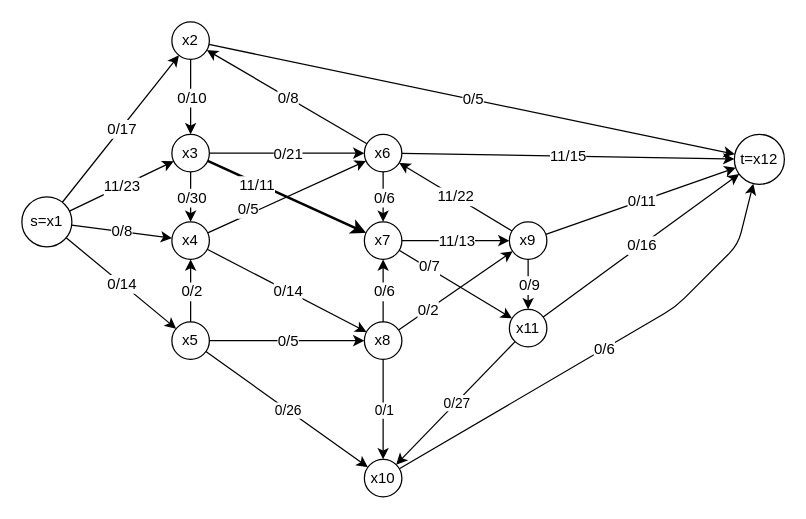
This is дискретка/work graph.drawio from Trickster2038/BmstuLabs4, a draw.io file, before an edit. Source tidied: cells renumbered, new cells numbered last; positions are measured from the earlier drawing's top-left corner, leaving out a move shared by most shapes. Both pictures are drawn from the tidied source at 125%, with x=0, y=0 at pixel (21, 21).
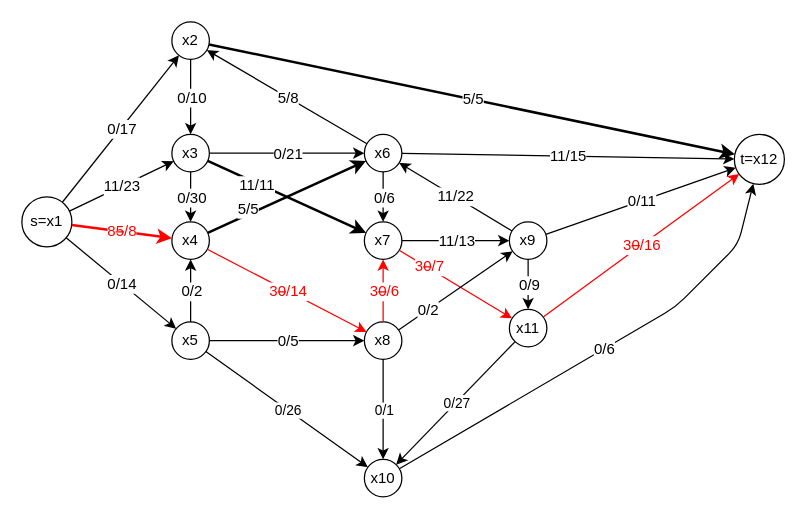
The same diagram, later.

The change refers to these unchanged cells:
```xml
<mxCell id="2" value="s=x1" style="ellipse;whiteSpace=wrap;html=1;fontSize=12;" parent="1" vertex="1">
  <mxGeometry y="140" width="40" height="40" as="geometry" />
</mxCell>
<mxCell id="3" value="x2" style="ellipse;whiteSpace=wrap;html=1;fontSize=12;" parent="1" vertex="1">
  <mxGeometry x="120" width="30" height="30" as="geometry" />
</mxCell>
<mxCell id="5" value="x4" style="ellipse;whiteSpace=wrap;html=1;fontSize=12;" parent="1" vertex="1">
  <mxGeometry x="120" y="160" width="30" height="30" as="geometry" />
</mxCell>
<mxCell id="17" value="t=x12" style="ellipse;whiteSpace=wrap;html=1;fontSize=12;" parent="1" vertex="1">
  <mxGeometry x="570" y="90" width="40" height="40" as="geometry" />
</mxCell>
<mxCell id="22" value="x6" style="ellipse;whiteSpace=wrap;html=1;fontSize=12;" parent="1" vertex="1">
  <mxGeometry x="274" y="90" width="30" height="30" as="geometry" />
</mxCell>
<mxCell id="25" value="x7" style="ellipse;whiteSpace=wrap;html=1;fontSize=12;" parent="1" vertex="1">
  <mxGeometry x="274" y="160" width="30" height="30" as="geometry" />
</mxCell>
<mxCell id="30" value="x8" style="ellipse;whiteSpace=wrap;html=1;" parent="1" vertex="1">
  <mxGeometry x="274" y="240" width="30" height="30" as="geometry" />
</mxCell>
<mxCell id="49" value="x11" style="ellipse;whiteSpace=wrap;html=1;fontSize=12;" parent="1" vertex="1">
  <mxGeometry x="390" y="230" width="30" height="30" as="geometry" />
</mxCell>
```

The edit, as a diff of the source:
```diff
@@
-    <mxCell id="11" style="endArrow=classic;html=1;fontSize=12;" parent="1" edge="1" source="2" target="5">
+    <mxCell id="11" style="endArrow=classic;html=1;fontSize=12;strokeColor=#FF0000;strokeWidth=2;" parent="1" edge="1" source="2" target="5">
       <mxGeometry relative="1" as="geometry" />
     </mxCell>
-    <mxCell id="12" value="0/8" style="edgeLabel;html=1;align=center;verticalAlign=middle;fontSize=12;" parent="11" vertex="1">
+    <mxCell id="12" value="8&lt;strike&gt;5&lt;/strike&gt;/8" style="edgeLabel;html=1;align=center;verticalAlign=middle;fontSize=12;fontColor=#FF0000;" parent="11" vertex="1">
       <mxGeometry relative="1" as="geometry" />
     </mxCell>
@@
-    <mxCell id="18" style="endArrow=classic;html=1;fontSize=12;" parent="1" edge="1" source="3" target="17">
+    <mxCell id="18" style="endArrow=classic;html=1;fontSize=12;strokeWidth=2;" parent="1" edge="1" source="3" target="17">
       <mxGeometry relative="1" as="geometry" />
     </mxCell>
-    <mxCell id="19" value="0/5" style="edgeLabel;html=1;align=center;verticalAlign=middle;fontSize=12;" parent="18" vertex="1">
+    <mxCell id="19" value="&lt;font color=&quot;#000000&quot;&gt;5/5&lt;/font&gt;" style="edgeLabel;html=1;align=center;verticalAlign=middle;fontSize=12;fontColor=#FF0000;" parent="18" vertex="1">
       <mxGeometry relative="1" as="geometry" />
     </mxCell>
@@
-    <mxCell id="28" style="endArrow=classic;html=1;strokeColor=#000000;fontSize=12;" parent="1" edge="1" source="5" target="22">
+    <mxCell id="28" style="endArrow=classic;html=1;fontSize=12;strokeWidth=2;" parent="1" edge="1" source="5" target="22">
       <mxGeometry relative="1" as="geometry" />
     </mxCell>
-    <mxCell id="29" value="0/5" style="edgeLabel;html=1;align=center;verticalAlign=middle;fontSize=12;" parent="28" vertex="1">
+    <mxCell id="29" value="&lt;font color=&quot;#000000&quot;&gt;5/5&lt;/font&gt;" style="edgeLabel;html=1;align=center;verticalAlign=middle;fontSize=12;fontColor=#FF0000;" parent="28" vertex="1">
       <mxGeometry relative="1" as="geometry">
         <mxPoint x="-31.9" y="10" as="offset" />
       </mxGeometry>
     </mxCell>
@@
-    <mxCell id="31" style="endArrow=classic;html=1;strokeColor=#000000;fontSize=12;" parent="1" edge="1" source="5" target="30">
+    <mxCell id="31" style="endArrow=classic;html=1;fontSize=12;strokeColor=#FF0000;" parent="1" edge="1" source="5" target="30">
       <mxGeometry relative="1" as="geometry" />
     </mxCell>
-    <mxCell id="32" value="0/14" style="edgeLabel;html=1;align=center;verticalAlign=middle;fontSize=12;" parent="31" vertex="1">
+    <mxCell id="32" value="&lt;font color=&quot;#ff0000&quot;&gt;3&lt;strike&gt;0&lt;/strike&gt;/14&lt;/font&gt;" style="edgeLabel;html=1;align=center;verticalAlign=middle;fontSize=12;" parent="31" vertex="1">
       <mxGeometry relative="1" as="geometry" />
     </mxCell>
@@
-    <mxCell id="40" style="endArrow=classic;html=1;strokeColor=#000000;fontSize=12;" parent="1" edge="1" source="22" target="3">
+    <mxCell id="40" style="endArrow=classic;html=1;fontSize=12;" parent="1" edge="1" source="22" target="3">
       <mxGeometry relative="1" as="geometry" />
     </mxCell>
-    <mxCell id="41" value="0/8" style="edgeLabel;html=1;align=center;verticalAlign=middle;fontSize=12;" parent="40" vertex="1">
+    <mxCell id="41" value="&lt;font color=&quot;#000000&quot;&gt;5/8&lt;/font&gt;" style="edgeLabel;html=1;align=center;verticalAlign=middle;fontSize=12;fontColor=#FF0000;" parent="40" vertex="1">
       <mxGeometry relative="1" as="geometry" />
     </mxCell>
@@
-    <mxCell id="50" style="endArrow=classic;html=1;strokeColor=#000000;fontSize=12;" parent="1" edge="1" source="25" target="49">
+    <mxCell id="50" style="endArrow=classic;html=1;fontSize=12;strokeColor=#FF0000;" parent="1" edge="1" source="25" target="49">
       <mxGeometry relative="1" as="geometry" />
     </mxCell>
-    <mxCell id="51" value="0/7" style="edgeLabel;html=1;align=center;verticalAlign=middle;fontSize=12;" parent="50" vertex="1">
+    <mxCell id="51" value="&lt;font color=&quot;#ff0000&quot;&gt;3&lt;strike&gt;0&lt;/strike&gt;/7&lt;/font&gt;" style="edgeLabel;html=1;align=center;verticalAlign=middle;fontSize=12;" parent="50" vertex="1">
       <mxGeometry relative="1" as="geometry">
         <mxPoint x="-21.9" y="-14.9" as="offset" />
       </mxGeometry>
     </mxCell>
-    <mxCell id="52" style="endArrow=classic;html=1;strokeColor=#000000;fontSize=12;" parent="1" edge="1" source="30" target="25">
+    <mxCell id="52" style="endArrow=classic;html=1;fontSize=12;strokeColor=#FF0000;" parent="1" edge="1" source="30" target="25">
       <mxGeometry relative="1" as="geometry" />
     </mxCell>
-    <mxCell id="53" value="0/6" style="edgeLabel;html=1;align=center;verticalAlign=middle;fontSize=12;" parent="52" vertex="1">
+    <mxCell id="53" value="&lt;font color=&quot;#ff0000&quot;&gt;3&lt;strike&gt;0&lt;/strike&gt;/6&lt;/font&gt;" style="edgeLabel;html=1;align=center;verticalAlign=middle;fontSize=12;" parent="52" vertex="1">
       <mxGeometry relative="1" as="geometry" />
     </mxCell>
@@
-    <mxCell id="68" style="endArrow=classic;html=1;strokeColor=#000000;fontSize=12;" parent="1" edge="1" source="49" target="17">
+    <mxCell id="68" style="endArrow=classic;html=1;fontSize=12;strokeColor=#FF0000;" parent="1" edge="1" source="49" target="17">
       <mxGeometry relative="1" as="geometry">
         <Array as="points">
           <mxPoint x="480" y="190" />
         </Array>
       </mxGeometry>
     </mxCell>
-    <mxCell id="69" value="0/16" style="edgeLabel;html=1;align=center;verticalAlign=middle;fontSize=12;" parent="68" vertex="1">
+    <mxCell id="69" value="&lt;font color=&quot;#ff0000&quot;&gt;3&lt;strike&gt;0&lt;/strike&gt;/16&lt;/font&gt;" style="edgeLabel;html=1;align=center;verticalAlign=middle;fontSize=12;" parent="68" vertex="1">
       <mxGeometry relative="1" as="geometry" />
     </mxCell>
```
